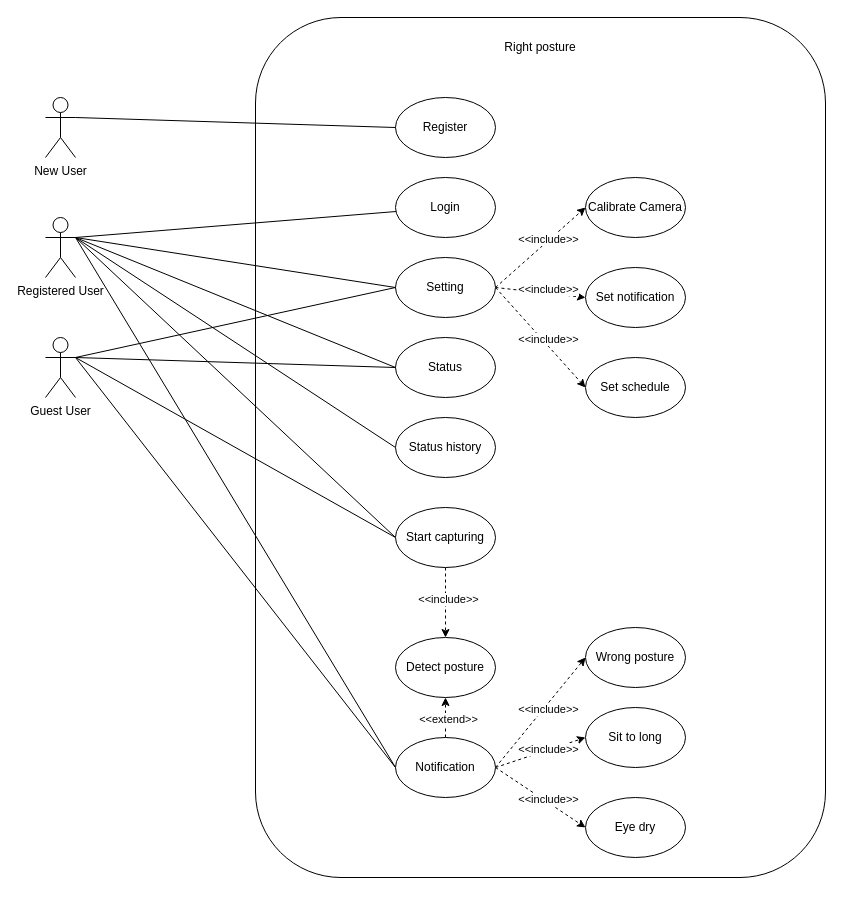
Before: Usecase.drawio in astrrr/Right-posture, a draw.io diagram. Source tidied: cells renumbered, new cells numbered last; positions are measured from the earlier drawing's top-left corner, leaving out a move shared by most shapes. Both pictures are drawn from the tidied source at 100%, with x=0, y=0 at pixel (45, 17).
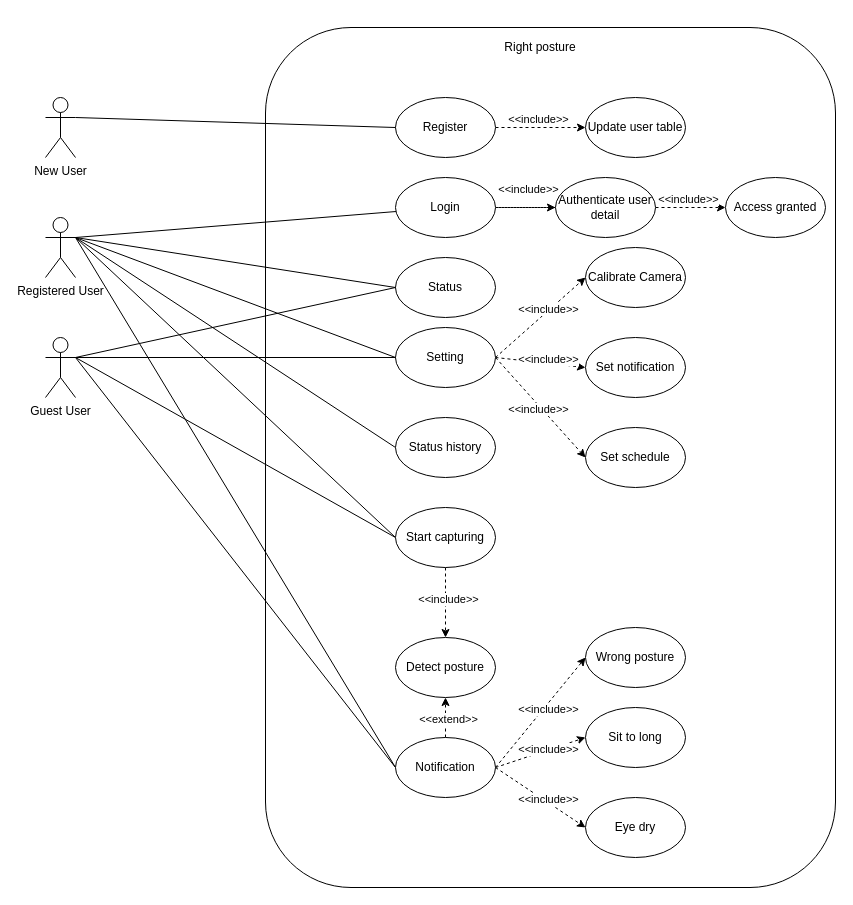
The same page after the edit.

The change refers to these unchanged cells:
```xml
<mxCell id="7" value="Login" style="ellipse;whiteSpace=wrap;html=1;" parent="1" vertex="1">
  <mxGeometry x="350" y="160" width="100" height="60" as="geometry" />
</mxCell>
<mxCell id="9" value="&lt;span&gt;Register&lt;/span&gt;" style="ellipse;whiteSpace=wrap;html=1;" parent="1" vertex="1">
  <mxGeometry x="350" y="80" width="100" height="60" as="geometry" />
</mxCell>
```

What changed in the source:
```diff
@@
     <mxCell id="2" style="whiteSpace=wrap;html=1;rounded=1;imageAspect=1;" parent="1" vertex="1">
-      <mxGeometry x="210" width="570" height="860" as="geometry" />
+      <mxGeometry x="220" y="10" width="570" height="860" as="geometry" />
     </mxCell>
@@
+    <mxCell id="48" style="edgeStyle=none;rounded=0;jettySize=auto;html=1;exitX=1;exitY=0.5;exitDx=0;exitDy=0;dashed=1;endArrow=classic;endFill=1;" parent="1" edge="1" source="7" target="53">
+      <mxGeometry relative="1" as="geometry" />
+    </mxCell>
@@
+    <mxCell id="49" style="edgeStyle=none;rounded=0;jettySize=auto;html=1;exitX=1;exitY=0.5;exitDx=0;exitDy=0;dashed=1;endArrow=classic;endFill=1;" parent="1" edge="1" source="9" target="50">
+      <mxGeometry relative="1" as="geometry" />
+    </mxCell>
@@
     <mxCell id="13" value="Setting" style="ellipse;whiteSpace=wrap;html=1;" parent="1" vertex="1">
-      <mxGeometry x="350" y="240" width="100" height="60" as="geometry" />
+      <mxGeometry x="350" y="310" width="100" height="60" as="geometry" />
     </mxCell>
     <mxCell id="14" value="Status" style="ellipse;whiteSpace=wrap;html=1;" parent="1" vertex="1">
-      <mxGeometry x="350" y="320" width="100" height="60" as="geometry" />
+      <mxGeometry x="350" y="240" width="100" height="60" as="geometry" />
     </mxCell>
@@
     <mxCell id="42" value="Calibrate Camera" style="ellipse;whiteSpace=wrap;html=1;" parent="1" vertex="1">
-      <mxGeometry x="540" y="160" width="100" height="60" as="geometry" />
+      <mxGeometry x="540" y="230" width="100" height="60" as="geometry" />
     </mxCell>
     <mxCell id="43" value="Set notification" style="ellipse;whiteSpace=wrap;html=1;" parent="1" vertex="1">
-      <mxGeometry x="540" y="250" width="100" height="60" as="geometry" />
+      <mxGeometry x="540" y="320" width="100" height="60" as="geometry" />
     </mxCell>
     <mxCell id="44" value="Set&amp;nbsp;schedule" style="ellipse;whiteSpace=wrap;html=1;" parent="1" vertex="1">
-      <mxGeometry x="540" y="340" width="100" height="60" as="geometry" />
+      <mxGeometry x="540" y="410" width="100" height="60" as="geometry" />
     </mxCell>
     <mxCell id="45" value="&amp;lt;&amp;lt;include&amp;gt;&amp;gt;" style="edgeLabel;html=1;align=center;verticalAlign=middle;" parent="1" vertex="1">
-      <mxGeometry x="620" y="180" as="geometry">
+      <mxGeometry x="620" y="250" as="geometry">
         <mxPoint x="-118" y="41" as="offset" />
       </mxGeometry>
     </mxCell>
     <mxCell id="46" value="&amp;lt;&amp;lt;include&amp;gt;&amp;gt;" style="edgeLabel;html=1;align=center;verticalAlign=middle;" parent="1" vertex="1">
-      <mxGeometry x="620" y="230" as="geometry">
+      <mxGeometry x="620" y="300" as="geometry">
         <mxPoint x="-118" y="41" as="offset" />
       </mxGeometry>
     </mxCell>
     <mxCell id="47" value="&amp;lt;&amp;lt;include&amp;gt;&amp;gt;" style="edgeLabel;html=1;align=center;verticalAlign=middle;" parent="1" vertex="1">
-      <mxGeometry x="620" y="280" as="geometry">
+      <mxGeometry x="610" y="350" as="geometry">
         <mxPoint x="-118" y="41" as="offset" />
       </mxGeometry>
     </mxCell>
+    <mxCell id="50" value="&lt;span&gt;Update user table&lt;/span&gt;" style="ellipse;whiteSpace=wrap;html=1;" parent="1" vertex="1">
+      <mxGeometry x="540" y="80" width="100" height="60" as="geometry" />
+    </mxCell>
+    <mxCell id="51" style="edgeStyle=none;rounded=0;jettySize=auto;html=1;exitX=1;exitY=0.5;exitDx=0;exitDy=0;entryX=0;entryY=0.5;entryDx=0;entryDy=0;dashed=1;endArrow=classic;endFill=1;" parent="1" edge="1" source="53" target="56">
+      <mxGeometry relative="1" as="geometry" />
+    </mxCell>
+    <mxCell id="52" style="edgeStyle=none;rounded=0;jettySize=auto;html=1;dashed=1;endArrow=none;endFill=0;" parent="1" edge="1" source="53" target="7">
+      <mxGeometry relative="1" as="geometry" />
+    </mxCell>
+    <mxCell id="53" value="Authenticate user detail" style="ellipse;whiteSpace=wrap;html=1;" parent="1" vertex="1">
+      <mxGeometry x="510" y="160" width="100" height="60" as="geometry" />
+    </mxCell>
+    <mxCell id="54" value="&amp;lt;&amp;lt;include&amp;gt;&amp;gt;" style="edgeLabel;html=1;align=center;verticalAlign=middle;" parent="1" vertex="1">
+      <mxGeometry x="610" y="60" as="geometry">
+        <mxPoint x="-118" y="41" as="offset" />
+      </mxGeometry>
+    </mxCell>
+    <mxCell id="55" value="&amp;lt;&amp;lt;include&amp;gt;&amp;gt;" style="edgeLabel;html=1;align=center;verticalAlign=middle;" parent="1" vertex="1">
+      <mxGeometry x="600" y="130" as="geometry">
+        <mxPoint x="-118" y="41" as="offset" />
+      </mxGeometry>
+    </mxCell>
+    <mxCell id="56" value="Access granted" style="ellipse;whiteSpace=wrap;html=1;" parent="1" vertex="1">
+      <mxGeometry x="680" y="160" width="100" height="60" as="geometry" />
+    </mxCell>
+    <mxCell id="57" value="&amp;lt;&amp;lt;include&amp;gt;&amp;gt;" style="edgeLabel;html=1;align=center;verticalAlign=middle;" parent="1" vertex="1">
+      <mxGeometry x="760" y="140" as="geometry">
+        <mxPoint x="-118" y="41" as="offset" />
+      </mxGeometry>
+    </mxCell>
```
